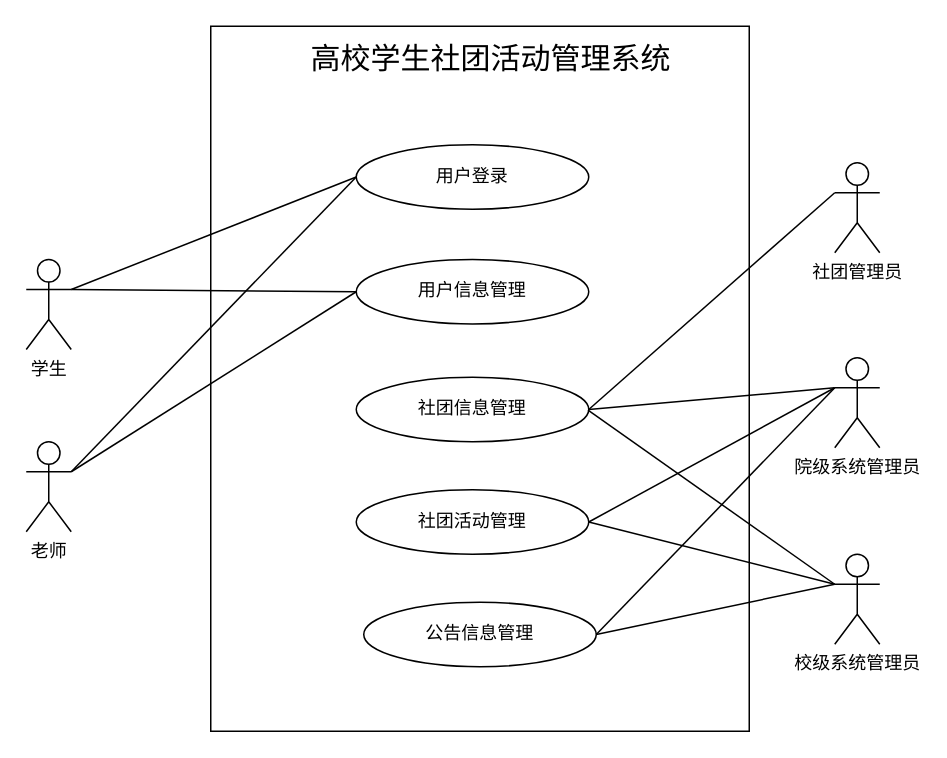
This is 系统总体用例图.drawio from Gonod20s/Voice-Controlled-Robot, a draw.io file, before an edit. Source tidied: cells renumbered, new cells numbered last; positions are measured from the earlier drawing's top-left corner, leaving out a move shared by most shapes. Both pictures are drawn from the tidied source at 150%, with x=0, y=0 at pixel (26, 26).
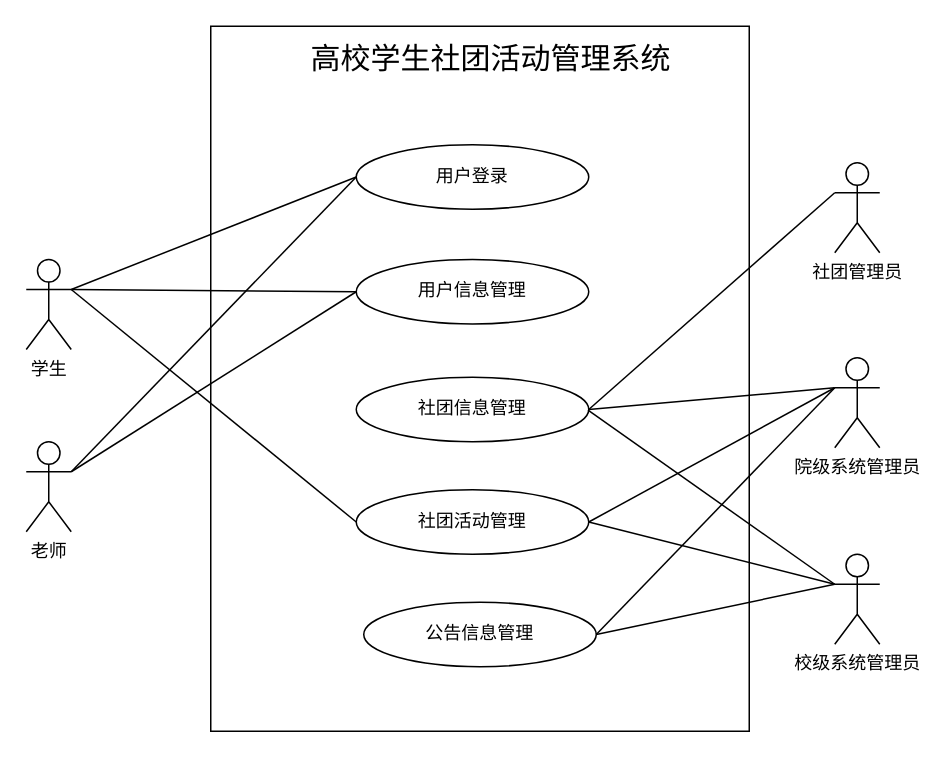
After the change.

Commit message (it also covers changes not shown here):
更新系统总体用例图.drawio

The change refers to these unchanged cells:
```xml
<mxCell id="11" value="社团活动管理" style="ellipse;whiteSpace=wrap;html=1;fontFamily=Architects Daughter;" parent="1" vertex="1">
  <mxGeometry x="220" y="309" width="155" height="43" as="geometry" />
</mxCell>
<mxCell id="13" value="学生" style="shape=umlActor;html=1;verticalLabelPosition=bottom;verticalAlign=top;align=center;fontFamily=Architects Daughter;" parent="1" vertex="1">
  <mxGeometry y="155.5" width="30" height="60" as="geometry" />
</mxCell>
```

Diff of the diagram source:
```diff
@@
+    <mxCell id="25" style="endArrow=none;html=1;rounded=0;fontFamily=Architects Daughter;fontSize=16;startSize=14;endSize=14;sourcePerimeterSpacing=8;targetPerimeterSpacing=8;curved=1;entryX=1;entryY=0.3333333333333333;entryDx=0;entryDy=0;entryPerimeter=0;exitX=0;exitY=0.5;exitDx=0;exitDy=0;" parent="1" edge="1" source="11" target="13">
+      <mxGeometry relative="1" as="geometry" />
+    </mxCell>
```
